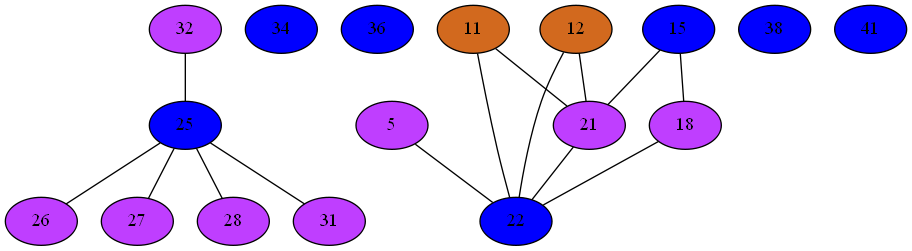
The Graphviz diagram Compiler/34iGraph.png in mbajaj92/Project-Astoria, before a commit. Its source is kept beside it as Compiler/34iGraph.dot.
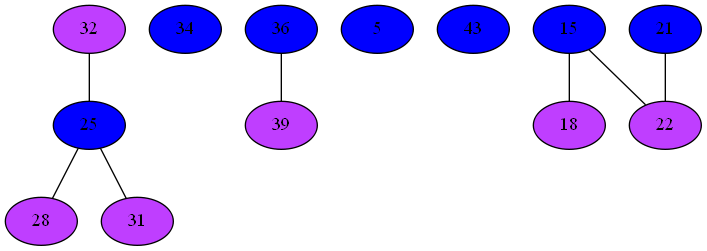
Above is the later version.

Change to the diagram source:
```diff
@@ -3,43 +3,25 @@
 32 -- 25
 34[label="34" style=filled fillcolor="blue1"];
 36[label="36" style=filled fillcolor="blue1"];
-5[label="5" style=filled fillcolor="darkorchid1"];
-5 -- 22
-38[label="38" style=filled fillcolor="blue1"];
-41[label="41" style=filled fillcolor="blue1"];
-11[label="11" style=filled fillcolor="chocolate"];
-11 -- 21
-11 -- 22
-12[label="12" style=filled fillcolor="chocolate"];
-12 -- 21
-12 -- 22
+36 -- 39
+5[label="5" style=filled fillcolor="blue1"];
+39[label="39" style=filled fillcolor="darkorchid1"];
+39 -- 36
+43[label="43" style=filled fillcolor="blue1"];
 15[label="15" style=filled fillcolor="blue1"];
 15 -- 18
-15 -- 21
+15 -- 22
 18[label="18" style=filled fillcolor="darkorchid1"];
-18 -- 22
 18 -- 15
-21[label="21" style=filled fillcolor="darkorchid1"];
+21[label="21" style=filled fillcolor="blue1"];
 21 -- 22
-21 -- 11
-21 -- 12
-21 -- 15
-22[label="22" style=filled fillcolor="blue1"];
-22 -- 18
+22[label="22" style=filled fillcolor="darkorchid1"];
 22 -- 21
-22 -- 5
-22 -- 11
-22 -- 12
+22 -- 15
 25[label="25" style=filled fillcolor="blue1"];
 25 -- 32
-25 -- 26
-25 -- 27
 25 -- 28
 25 -- 31
-26[label="26" style=filled fillcolor="darkorchid1"];
-26 -- 25
-27[label="27" style=filled fillcolor="darkorchid1"];
-27 -- 25
 28[label="28" style=filled fillcolor="darkorchid1"];
 28 -- 25
 31[label="31" style=filled fillcolor="darkorchid1"];
```
